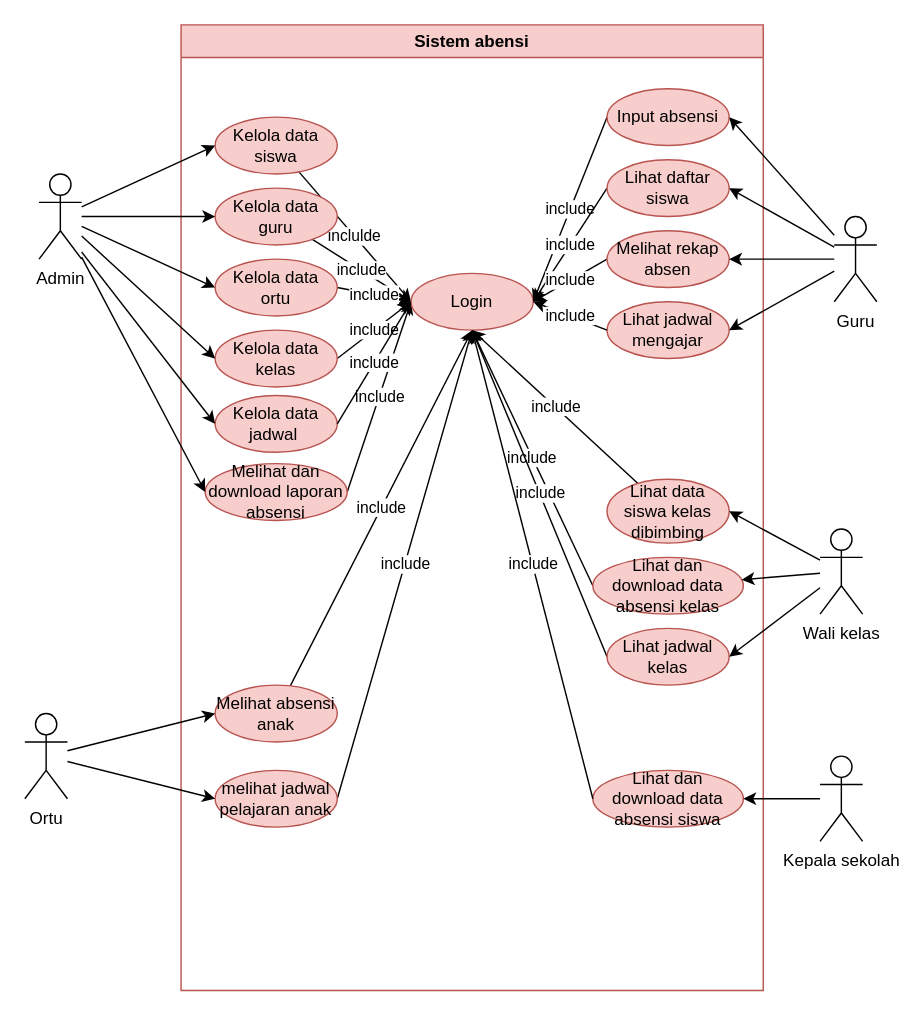
Above: page "usecase" (2 of 16) of Diagram Tanpa Judul.drawio in bayudani/diagram (draw.io), before the change. Source tidied: cells renumbered, new cells numbered last; positions are measured from the earlier drawing's top-left corner, leaving out a move shared by most shapes. Both pictures are drawn from the tidied source at 142%, with x=0, y=0 at pixel (24, 24).
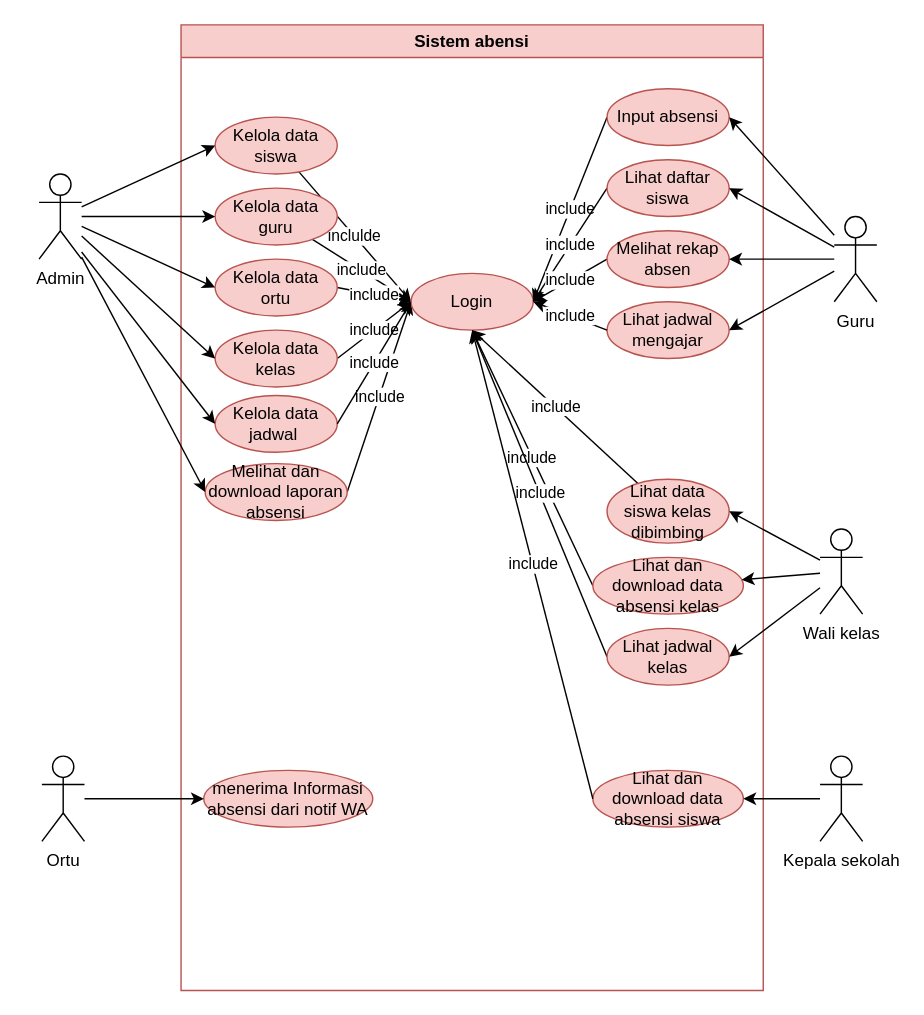
After the change.

The change refers to these unchanged cells:
```xml
<mxCell id="2" value="Sistem abensi" style="swimlane;whiteSpace=wrap;html=1;startSize=23;fillColor=#f8cecc;strokeColor=#b85450;" parent="1" vertex="1">
  <mxGeometry x="110" width="410" height="680" as="geometry" />
</mxCell>
<mxCell id="13" value="Login" style="ellipse;whiteSpace=wrap;html=1;fillColor=#f8cecc;strokeColor=#b85450;" parent="2" vertex="1">
  <mxGeometry x="162" y="175" width="86" height="40" as="geometry" />
</mxCell>
```

The edit, as a diff of the source:
```diff
@@
-    <mxCell id="21" value="include" style="rounded=0;jettySize=auto;html=1;entryX=0.5;entryY=1;entryDx=0;entryDy=0;" parent="2" edge="1" source="22" target="13">
-      <mxGeometry relative="1" as="geometry" />
-    </mxCell>
-    <mxCell id="22" value="Melihat absensi anak" style="ellipse;whiteSpace=wrap;html=1;fillColor=#f8cecc;strokeColor=#b85450;" parent="2" vertex="1">
-      <mxGeometry x="24" y="465" width="86" height="40" as="geometry" />
+    <mxCell id="22" value="menerima Informasi absensi dari notif WA" style="ellipse;whiteSpace=wrap;html=1;fillColor=#f8cecc;strokeColor=#b85450;" parent="2" vertex="1">
+      <mxGeometry x="16" y="525" width="119" height="40" as="geometry" />
     </mxCell>
-    <mxCell id="23" value="include" style="rounded=0;jettySize=auto;html=1;entryX=0.5;entryY=1;entryDx=0;entryDy=0;exitX=1;exitY=0.5;exitDx=0;exitDy=0;" parent="2" edge="1" source="24" target="13">
-      <mxGeometry relative="1" as="geometry" />
-    </mxCell>
-    <mxCell id="24" value="melihat jadwal pelajaran anak" style="ellipse;whiteSpace=wrap;html=1;fillColor=#f8cecc;strokeColor=#b85450;" parent="2" vertex="1">
-      <mxGeometry x="24" y="525" width="86" height="40" as="geometry" />
-    </mxCell>
@@
-    <mxCell id="44" style="rounded=0;jettySize=auto;html=1;entryX=0;entryY=0.5;entryDx=0;entryDy=0;" parent="1" edge="1" source="45" target="24">
-      <mxGeometry relative="1" as="geometry" />
-    </mxCell>
     <mxCell id="45" value="Ortu" style="shape=umlActor;verticalLabelPosition=bottom;verticalAlign=top;html=1;outlineConnect=0;" parent="1" vertex="1">
-      <mxGeometry y="485" width="30" height="60" as="geometry" />
+      <mxGeometry x="12" y="515" width="30" height="60" as="geometry" />
     </mxCell>
```
